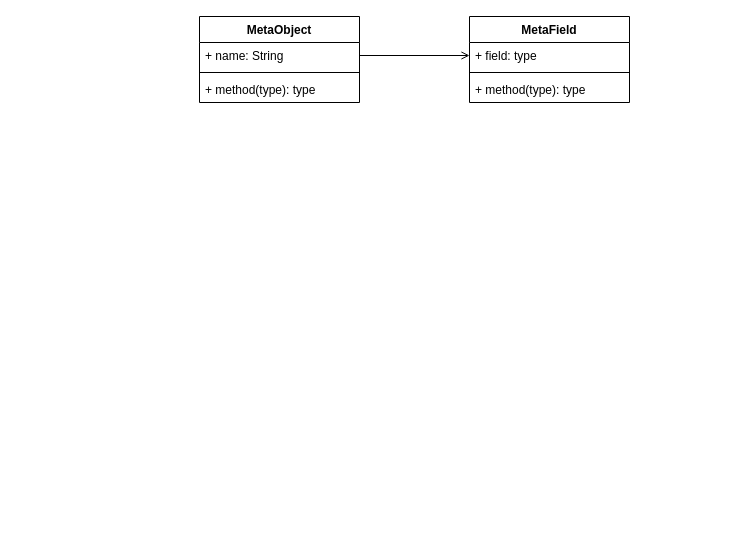
Above: LDCP.drawio in lokiworks/drawio (draw.io), before the change. Source tidied: cells renumbered, new cells numbered last; positions are measured from the earlier drawing's top-left corner, leaving out a move shared by most shapes. Both pictures are drawn from the tidied source at 100%, with x=0, y=0 at pixel (199, 16).
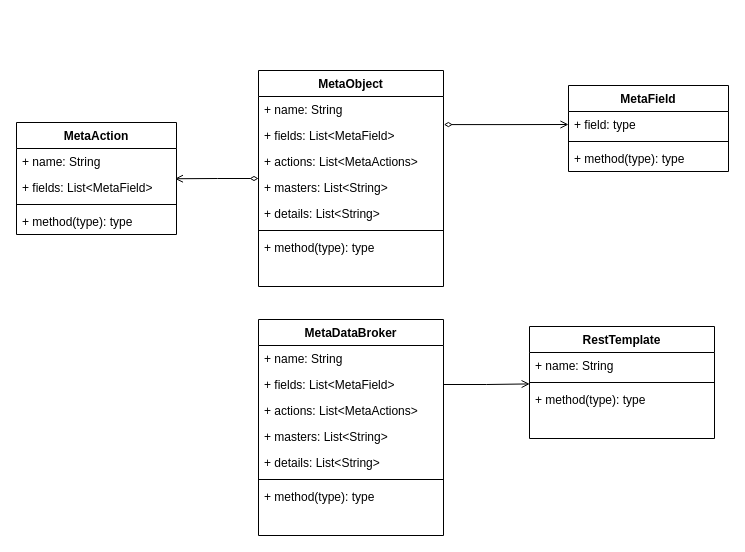
The same diagram, later.

The change refers to these unchanged cells:
```xml
<mxCell id="7" value="+ field: type" style="text;strokeColor=none;fillColor=none;align=left;verticalAlign=top;spacingLeft=4;spacingRight=4;overflow=hidden;points=[[0,0.5],[1,0.5]];portConstraint=eastwest;" parent="6" vertex="1">
  <mxGeometry y="26" width="160" height="26" as="geometry" />
</mxCell>
```

The edit, as a diff of the source:
```diff
@@
+    <mxCell id="11" style="edgeStyle=orthogonalEdgeStyle;rounded=0;jettySize=auto;html=1;exitX=0;exitY=0.5;exitDx=0;exitDy=0;entryX=0.99;entryY=0.163;entryDx=0;entryDy=0;entryPerimeter=0;startArrow=diamondThin;startFill=0;endArrow=open;endFill=0;" parent="1" edge="1" source="2" target="19">
+      <mxGeometry relative="1" as="geometry" />
+    </mxCell>
     <mxCell id="2" value="MetaObject" style="swimlane;fontStyle=1;align=center;verticalAlign=top;horizontal=1;startSize=26;" parent="1" vertex="1">
-      <mxGeometry width="160" height="86" as="geometry" />
+      <mxGeometry x="59" y="54" width="185" height="216" as="geometry" />
     </mxCell>
     <mxCell id="3" value="+ name: String" style="text;strokeColor=none;fillColor=none;align=left;verticalAlign=top;spacingLeft=4;spacingRight=4;overflow=hidden;points=[[0,0.5],[1,0.5]];portConstraint=eastwest;" parent="2" vertex="1">
-      <mxGeometry y="26" width="160" height="26" as="geometry" />
+      <mxGeometry y="26" width="185" height="26" as="geometry" />
     </mxCell>
+    <mxCell id="12" value="+ fields: List&lt;MetaField&gt;" style="text;strokeColor=none;fillColor=none;align=left;verticalAlign=top;spacingLeft=4;spacingRight=4;overflow=hidden;points=[[0,0.5],[1,0.5]];portConstraint=eastwest;" parent="2" vertex="1">
+      <mxGeometry y="52" width="185" height="26" as="geometry" />
+    </mxCell>
+    <mxCell id="13" value="+ actions: List&lt;MetaActions&gt;" style="text;strokeColor=none;fillColor=none;align=left;verticalAlign=top;spacingLeft=4;spacingRight=4;overflow=hidden;" parent="2" vertex="1">
+      <mxGeometry y="78" width="185" height="26" as="geometry" />
+    </mxCell>
+    <mxCell id="14" value="+ masters: List&lt;String&gt;" style="text;strokeColor=none;fillColor=none;align=left;verticalAlign=top;spacingLeft=4;spacingRight=4;overflow=hidden;" parent="2" vertex="1">
+      <mxGeometry y="104" width="185" height="26" as="geometry" />
+    </mxCell>
+    <mxCell id="15" value="+ details: List&lt;String&gt;" style="text;strokeColor=none;fillColor=none;align=left;verticalAlign=top;spacingLeft=4;spacingRight=4;overflow=hidden;" parent="2" vertex="1">
+      <mxGeometry y="130" width="185" height="26" as="geometry" />
+    </mxCell>
     <mxCell id="4" style="line;strokeWidth=1;fillColor=none;align=left;verticalAlign=middle;spacingTop=-1;spacingLeft=3;spacingRight=3;labelPosition=right;strokeColor=inherit;" parent="2" vertex="1">
-      <mxGeometry y="52" width="160" height="8" as="geometry" />
+      <mxGeometry y="156" width="185" height="8" as="geometry" />
     </mxCell>
     <mxCell id="5" value="+ method(type): type" style="text;strokeColor=none;fillColor=none;align=left;verticalAlign=top;spacingLeft=4;spacingRight=4;overflow=hidden;" parent="2" vertex="1">
-      <mxGeometry y="60" width="160" height="26" as="geometry" />
+      <mxGeometry y="164" width="185" height="26" as="geometry" />
     </mxCell>
+    <mxCell id="16" style="text;strokeColor=none;fillColor=none;align=left;verticalAlign=top;spacingLeft=4;spacingRight=4;overflow=hidden;" parent="2" vertex="1">
+      <mxGeometry y="190" width="185" height="26" as="geometry" />
+    </mxCell>
     <mxCell id="6" value="MetaField" style="swimlane;fontStyle=1;align=center;verticalAlign=top;horizontal=1;startSize=26;" parent="1" vertex="1">
-      <mxGeometry x="270" width="160" height="86" as="geometry" />
+      <mxGeometry x="369" y="69" width="160" height="86" as="geometry" />
     </mxCell>
@@
-    <mxCell id="10" style="edgeStyle=orthogonalEdgeStyle;rounded=0;jettySize=auto;html=1;exitX=1;exitY=0.5;exitDx=0;exitDy=0;endArrow=open;endFill=0;" parent="1" edge="1" source="3" target="7">
+    <mxCell id="10" style="edgeStyle=orthogonalEdgeStyle;rounded=0;jettySize=auto;html=1;exitX=1.002;exitY=0.08;exitDx=0;exitDy=0;endArrow=open;endFill=0;startArrow=diamondThin;startFill=0;exitPerimeter=0;" parent="1" edge="1" source="12" target="7">
       <mxGeometry relative="1" as="geometry" />
     </mxCell>
+    <mxCell id="17" value="MetaAction" style="swimlane;fontStyle=1;align=center;verticalAlign=top;horizontal=1;startSize=26;" parent="1" vertex="1">
+      <mxGeometry x="-183" y="106" width="160" height="112" as="geometry" />
+    </mxCell>
+    <mxCell id="18" value="+ name: String" style="text;strokeColor=none;fillColor=none;align=left;verticalAlign=top;spacingLeft=4;spacingRight=4;overflow=hidden;" parent="17" vertex="1">
+      <mxGeometry y="26" width="160" height="26" as="geometry" />
+    </mxCell>
+    <mxCell id="19" value="+ fields: List&lt;MetaField&gt;" style="text;strokeColor=none;fillColor=none;align=left;verticalAlign=top;spacingLeft=4;spacingRight=4;overflow=hidden;points=[[0,0.5],[1,0.5]];portConstraint=eastwest;" parent="17" vertex="1">
+      <mxGeometry y="52" width="160" height="26" as="geometry" />
+    </mxCell>
+    <mxCell id="20" style="line;strokeWidth=1;fillColor=none;align=left;verticalAlign=middle;spacingTop=-1;spacingLeft=3;spacingRight=3;labelPosition=right;strokeColor=inherit;" parent="17" vertex="1">
+      <mxGeometry y="78" width="160" height="8" as="geometry" />
+    </mxCell>
+    <mxCell id="21" value="+ method(type): type" style="text;strokeColor=none;fillColor=none;align=left;verticalAlign=top;spacingLeft=4;spacingRight=4;overflow=hidden;" parent="17" vertex="1">
+      <mxGeometry y="86" width="160" height="26" as="geometry" />
+    </mxCell>
+    <mxCell id="22" value="MetaDataBroker" style="swimlane;fontStyle=1;align=center;verticalAlign=top;horizontal=1;startSize=26;" parent="1" vertex="1">
+      <mxGeometry x="59" y="303" width="185" height="216" as="geometry" />
+    </mxCell>
+    <mxCell id="23" value="+ name: String" style="text;strokeColor=none;fillColor=none;align=left;verticalAlign=top;spacingLeft=4;spacingRight=4;overflow=hidden;" parent="22" vertex="1">
+      <mxGeometry y="26" width="185" height="26" as="geometry" />
+    </mxCell>
+    <mxCell id="24" value="+ fields: List&lt;MetaField&gt;" style="text;strokeColor=none;fillColor=none;align=left;verticalAlign=top;spacingLeft=4;spacingRight=4;overflow=hidden;points=[[0,0.5],[1,0.5]];portConstraint=eastwest;" parent="22" vertex="1">
+      <mxGeometry y="52" width="185" height="26" as="geometry" />
+    </mxCell>
+    <mxCell id="25" value="+ actions: List&lt;MetaActions&gt;" style="text;strokeColor=none;fillColor=none;align=left;verticalAlign=top;spacingLeft=4;spacingRight=4;overflow=hidden;" parent="22" vertex="1">
+      <mxGeometry y="78" width="185" height="26" as="geometry" />
+    </mxCell>
+    <mxCell id="26" value="+ masters: List&lt;String&gt;" style="text;strokeColor=none;fillColor=none;align=left;verticalAlign=top;spacingLeft=4;spacingRight=4;overflow=hidden;" parent="22" vertex="1">
+      <mxGeometry y="104" width="185" height="26" as="geometry" />
+    </mxCell>
+    <mxCell id="27" value="+ details: List&lt;String&gt;" style="text;strokeColor=none;fillColor=none;align=left;verticalAlign=top;spacingLeft=4;spacingRight=4;overflow=hidden;" parent="22" vertex="1">
+      <mxGeometry y="130" width="185" height="26" as="geometry" />
+    </mxCell>
+    <mxCell id="28" style="line;strokeWidth=1;fillColor=none;align=left;verticalAlign=middle;spacingTop=-1;spacingLeft=3;spacingRight=3;labelPosition=right;strokeColor=inherit;" parent="22" vertex="1">
+      <mxGeometry y="156" width="185" height="8" as="geometry" />
+    </mxCell>
+    <mxCell id="29" value="+ method(type): type" style="text;strokeColor=none;fillColor=none;align=left;verticalAlign=top;spacingLeft=4;spacingRight=4;overflow=hidden;" parent="22" vertex="1">
+      <mxGeometry y="164" width="185" height="26" as="geometry" />
+    </mxCell>
+    <mxCell id="30" style="text;strokeColor=none;fillColor=none;align=left;verticalAlign=top;spacingLeft=4;spacingRight=4;overflow=hidden;" parent="22" vertex="1">
+      <mxGeometry y="190" width="185" height="26" as="geometry" />
+    </mxCell>
+    <mxCell id="31" value="RestTemplate" style="swimlane;fontStyle=1;align=center;verticalAlign=top;horizontal=1;startSize=26;" parent="1" vertex="1">
+      <mxGeometry x="330" y="310" width="185" height="112" as="geometry" />
+    </mxCell>
+    <mxCell id="32" value="+ name: String" style="text;strokeColor=none;fillColor=none;align=left;verticalAlign=top;spacingLeft=4;spacingRight=4;overflow=hidden;" parent="31" vertex="1">
+      <mxGeometry y="26" width="185" height="26" as="geometry" />
+    </mxCell>
+    <mxCell id="33" style="line;strokeWidth=1;fillColor=none;align=left;verticalAlign=middle;spacingTop=-1;spacingLeft=3;spacingRight=3;labelPosition=right;strokeColor=inherit;" parent="31" vertex="1">
+      <mxGeometry y="52" width="185" height="8" as="geometry" />
+    </mxCell>
+    <mxCell id="34" value="+ method(type): type" style="text;strokeColor=none;fillColor=none;align=left;verticalAlign=top;spacingLeft=4;spacingRight=4;overflow=hidden;points=[[0,0.5],[1,0.5]];portConstraint=eastwest;" parent="31" vertex="1">
+      <mxGeometry y="60" width="185" height="26" as="geometry" />
+    </mxCell>
+    <mxCell id="35" style="text;strokeColor=none;fillColor=none;align=left;verticalAlign=top;spacingLeft=4;spacingRight=4;overflow=hidden;" parent="31" vertex="1">
+      <mxGeometry y="86" width="185" height="26" as="geometry" />
+    </mxCell>
+    <mxCell id="36" style="edgeStyle=orthogonalEdgeStyle;rounded=0;jettySize=auto;html=1;exitX=1;exitY=0.5;exitDx=0;exitDy=0;entryX=0.001;entryY=-0.099;entryDx=0;entryDy=0;entryPerimeter=0;startArrow=none;startFill=0;endArrow=open;endFill=0;" parent="1" edge="1" source="24" target="34">
+      <mxGeometry relative="1" as="geometry" />
+    </mxCell>
```
